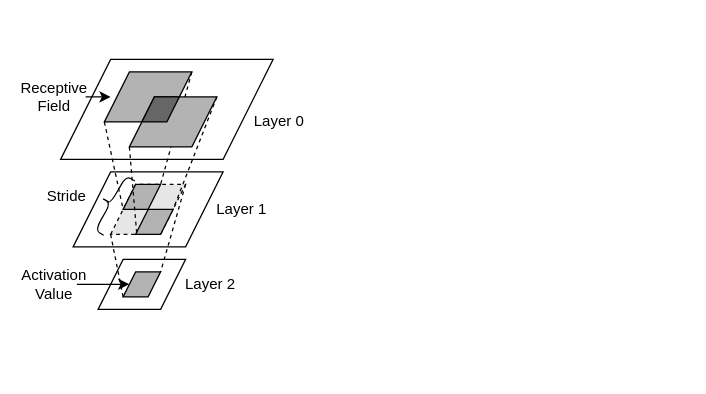
guanxiux/asplos2025 keeps this draw.io diagram as fig/insight.drawio. Above is the earlier version. Source tidied: cells renumbered, new cells numbered last; positions are measured from the earlier drawing's top-left corner, leaving out a move shared by most shapes. Both pictures are drawn from the tidied source at 125%, with x=0, y=0 at pixel (22, 59).
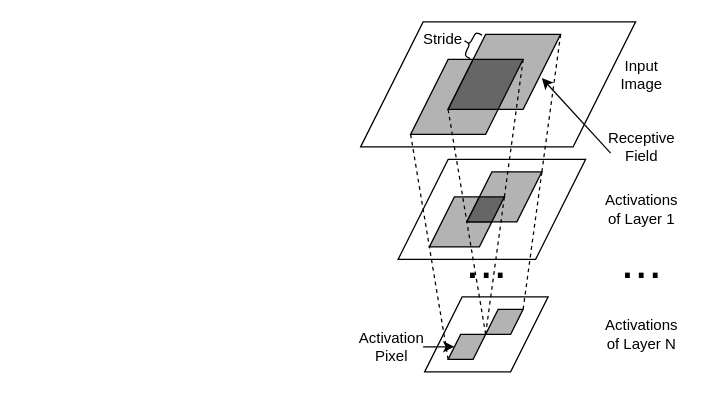
After the change.

Change to the diagram source:
```diff
@@
-    <mxCell id="2" style="shape=parallelogram;perimeter=parallelogramPerimeter;whiteSpace=wrap;html=1;fixedSize=1;size=40;" parent="1" vertex="1">
-      <mxGeometry x="30" width="170" height="80" as="geometry" />
-    </mxCell>
-    <mxCell id="3" style="shape=parallelogram;perimeter=parallelogramPerimeter;whiteSpace=wrap;html=1;fixedSize=1;size=30;" parent="1" vertex="1">
-      <mxGeometry x="40" y="90" width="120" height="60" as="geometry" />
-    </mxCell>
-    <mxCell id="4" style="shape=parallelogram;perimeter=parallelogramPerimeter;whiteSpace=wrap;html=1;fixedSize=1;size=20;" parent="1" vertex="1">
-      <mxGeometry x="60" y="160" width="70" height="40" as="geometry" />
-    </mxCell>
-    <mxCell id="5" style="shape=parallelogram;perimeter=parallelogramPerimeter;whiteSpace=wrap;html=1;fixedSize=1;size=10;fillColor=#B3B3B3;" parent="1" vertex="1">
-      <mxGeometry x="80" y="170" width="30" height="20" as="geometry" />
-    </mxCell>
-    <mxCell id="6" style="rounded=0;jettySize=auto;html=1;exitX=0;exitY=1;exitDx=0;exitDy=0;entryX=0;entryY=1;entryDx=0;entryDy=0;endArrow=none;endFill=0;dashed=1;" parent="1" edge="1" source="8" target="5">
-      <mxGeometry relative="1" as="geometry" />
-    </mxCell>
-    <mxCell id="7" style="rounded=0;jettySize=auto;html=1;exitX=1;exitY=0;exitDx=0;exitDy=0;entryX=1;entryY=0;entryDx=0;entryDy=0;endArrow=none;endFill=0;dashed=1;" parent="1" edge="1" source="8" target="5">
-      <mxGeometry relative="1" as="geometry" />
-    </mxCell>
-    <mxCell id="8" style="shape=parallelogram;perimeter=parallelogramPerimeter;whiteSpace=wrap;html=1;fixedSize=1;size=20;dashed=1;fillColor=#E6E6E6;" parent="1" vertex="1">
-      <mxGeometry x="70" y="100" width="60" height="40" as="geometry" />
-    </mxCell>
-    <mxCell id="9" style="shape=parallelogram;perimeter=parallelogramPerimeter;whiteSpace=wrap;html=1;fixedSize=1;size=10;fillColor=#B3B3B3;" parent="1" vertex="1">
-      <mxGeometry x="80" y="100" width="30" height="20" as="geometry" />
-    </mxCell>
-    <mxCell id="10" style="shape=parallelogram;perimeter=parallelogramPerimeter;whiteSpace=wrap;html=1;fixedSize=1;size=10;fillColor=#B3B3B3;" parent="1" vertex="1">
-      <mxGeometry x="90" y="120" width="30" height="20" as="geometry" />
-    </mxCell>
-    <mxCell id="11" style="rounded=0;jettySize=auto;html=1;exitX=0;exitY=1;exitDx=0;exitDy=0;entryX=0;entryY=0.5;entryDx=0;entryDy=0;endArrow=none;endFill=0;dashed=1;" parent="1" edge="1" source="13" target="8">
-      <mxGeometry relative="1" as="geometry" />
-    </mxCell>
-    <mxCell id="12" style="rounded=0;jettySize=auto;html=1;exitX=1;exitY=0;exitDx=0;exitDy=0;entryX=1;entryY=0;entryDx=0;entryDy=0;dashed=1;endArrow=none;endFill=0;" parent="1" edge="1" source="13" target="9">
-      <mxGeometry relative="1" as="geometry" />
-    </mxCell>
-    <mxCell id="13" style="shape=parallelogram;perimeter=parallelogramPerimeter;whiteSpace=wrap;html=1;fixedSize=1;size=20;fillColor=#B3B3B3;" parent="1" vertex="1">
-      <mxGeometry x="65" y="10" width="70" height="40" as="geometry" />
-    </mxCell>
-    <mxCell id="14" style="rounded=0;jettySize=auto;html=1;exitX=1;exitY=0;exitDx=0;exitDy=0;entryX=1;entryY=0;entryDx=0;entryDy=0;dashed=1;endArrow=none;endFill=0;" parent="1" edge="1" source="15" target="10">
-      <mxGeometry relative="1" as="geometry" />
-    </mxCell>
-    <mxCell id="15" style="shape=parallelogram;perimeter=parallelogramPerimeter;whiteSpace=wrap;html=1;fixedSize=1;size=20;fillColor=#B3B3B3;" parent="1" vertex="1">
-      <mxGeometry x="85" y="30" width="70" height="40" as="geometry" />
-    </mxCell>
-    <mxCell id="16" style="shape=parallelogram;perimeter=parallelogramPerimeter;whiteSpace=wrap;html=1;fixedSize=1;size=10;fillColor=#666666;" parent="1" vertex="1">
-      <mxGeometry x="95" y="30" width="30" height="20" as="geometry" />
-    </mxCell>
-    <mxCell id="17" style="rounded=0;jettySize=auto;html=1;exitX=0;exitY=1;exitDx=0;exitDy=0;entryX=0.348;entryY=0.981;entryDx=0;entryDy=0;entryPerimeter=0;endArrow=none;endFill=0;dashed=1;" parent="1" edge="1" source="15" target="8">
-      <mxGeometry relative="1" as="geometry" />
-    </mxCell>
+    <mxCell id="27" style="shape=parallelogram;perimeter=parallelogramPerimeter;whiteSpace=wrap;html=1;fixedSize=1;size=30;" parent="1" vertex="1">
+      <mxGeometry x="321.2" y="190" width="98.8" height="60" as="geometry" />
+    </mxCell>
+    <mxCell id="28" style="shape=parallelogram;perimeter=parallelogramPerimeter;whiteSpace=wrap;html=1;fixedSize=1;size=40;" parent="1" vertex="1">
+      <mxGeometry x="300" y="80" width="150" height="80" as="geometry" />
+    </mxCell>
+    <mxCell id="29" style="shape=parallelogram;perimeter=parallelogramPerimeter;whiteSpace=wrap;html=1;fixedSize=1;size=50;" parent="1" vertex="1">
+      <mxGeometry x="270" y="-30" width="220" height="100" as="geometry" />
+    </mxCell>
-    <mxCell id="18" value="Layer 0" style="text;html=1;align=center;verticalAlign=middle;whiteSpace=wrap;rounded=0;" parent="1" vertex="1">
-      <mxGeometry x="180" y="40" width="50" height="20" as="geometry" />
+    <mxCell id="18" value="&lt;font style=&quot;font-size: 40px;&quot;&gt;...&lt;/font&gt;" style="text;html=1;align=center;verticalAlign=middle;whiteSpace=wrap;rounded=0;" parent="1" vertex="1">
+      <mxGeometry x="470" y="150" width="50" height="20" as="geometry" />
     </mxCell>
-    <mxCell id="19" value="Layer 1" style="text;html=1;align=center;verticalAlign=middle;whiteSpace=wrap;rounded=0;" parent="1" vertex="1">
-      <mxGeometry x="150" y="110" width="50" height="20" as="geometry" />
+    <mxCell id="19" value="Activations of Layer 1" style="text;html=1;align=center;verticalAlign=middle;whiteSpace=wrap;rounded=0;" parent="1" vertex="1">
+      <mxGeometry x="465" y="110" width="60" height="20" as="geometry" />
     </mxCell>
-    <mxCell id="20" value="Layer 2" style="text;html=1;align=center;verticalAlign=middle;whiteSpace=wrap;rounded=0;" parent="1" vertex="1">
-      <mxGeometry x="125" y="170" width="50" height="20" as="geometry" />
-    </mxCell>
-    <mxCell id="21" value="Activation Value" style="text;html=1;align=center;verticalAlign=middle;whiteSpace=wrap;rounded=0;" parent="1" vertex="1">
-      <mxGeometry y="170" width="50" height="20" as="geometry" />
+    <mxCell id="21" value="Activation Pixel" style="text;html=1;align=center;verticalAlign=middle;whiteSpace=wrap;rounded=0;" parent="1" vertex="1">
+      <mxGeometry x="270" y="220" width="50" height="20" as="geometry" />
     </mxCell>
-    <mxCell id="22" style="endArrow=classic;html=1;rounded=0;" parent="1" edge="1">
-      <mxGeometry relative="1" as="geometry">
-        <mxPoint x="50" y="30" as="sourcePoint" />
-        <mxPoint x="70" y="30" as="targetPoint" />
-      </mxGeometry>
-    </mxCell>
     <mxCell id="23" value="Receptive Field" style="text;html=1;align=center;verticalAlign=middle;whiteSpace=wrap;rounded=0;" parent="1" vertex="1">
-      <mxGeometry y="20" width="50" height="20" as="geometry" />
+      <mxGeometry x="470" y="60" width="50" height="20" as="geometry" />
     </mxCell>
-    <mxCell id="24" style="shape=curlyBracket;whiteSpace=wrap;html=1;rounded=1;flipH=1;labelPosition=right;verticalLabelPosition=middle;align=left;verticalAlign=middle;rotation=-150;size=0.5;" parent="1" vertex="1">
-      <mxGeometry x="62" y="90" width="16" height="50" as="geometry" />
+    <mxCell id="24" style="shape=curlyBracket;whiteSpace=wrap;html=1;rounded=1;flipH=1;labelPosition=right;verticalLabelPosition=middle;align=left;verticalAlign=middle;rotation=207;size=0.5;" parent="1" vertex="1">
+      <mxGeometry x="352" y="-23" width="11" height="21" as="geometry" />
     </mxCell>
-    <mxCell id="25" style="endArrow=classic;html=1;rounded=0;" parent="1" edge="1">
+    <mxCell id="25" style="endArrow=classic;html=1;rounded=0;exitX=1;exitY=0.5;exitDx=0;exitDy=0;" parent="1" edge="1" source="21">
       <mxGeometry relative="1" as="geometry">
-        <mxPoint x="43" y="179.9" as="sourcePoint" />
-        <mxPoint x="85" y="179.9" as="targetPoint" />
+        <mxPoint x="345" y="229.9" as="targetPoint" />
       </mxGeometry>
     </mxCell>
-    <mxCell id="26" value="Stride" style="text;html=1;align=center;verticalAlign=middle;whiteSpace=wrap;rounded=0;" parent="1" vertex="1">
-      <mxGeometry x="10" y="100" width="50" height="20" as="geometry" />
+    <mxCell id="26" value="Stride" style="text;html=1;align=center;verticalAlign=middle;whiteSpace=wrap;rounded=0;rotation=0;" parent="1" vertex="1">
+      <mxGeometry x="311" y="-26" width="50" height="20" as="geometry" />
     </mxCell>
+    <mxCell id="30" style="rounded=0;jettySize=auto;html=1;exitX=0;exitY=1;exitDx=0;exitDy=0;entryX=0;entryY=1;entryDx=0;entryDy=0;dashed=1;endArrow=none;endFill=0;" parent="1" edge="1" source="31" target="32">
+      <mxGeometry relative="1" as="geometry" />
+    </mxCell>
+    <mxCell id="31" style="shape=parallelogram;perimeter=parallelogramPerimeter;whiteSpace=wrap;html=1;fixedSize=1;size=10;fillColor=#B3B3B3;" parent="1" vertex="1">
+      <mxGeometry x="340" y="220" width="30" height="20" as="geometry" />
+    </mxCell>
+    <mxCell id="32" style="shape=parallelogram;perimeter=parallelogramPerimeter;whiteSpace=wrap;html=1;fixedSize=1;size=20;fillColor=#B3B3B3;" parent="1" vertex="1">
+      <mxGeometry x="325" y="110" width="60" height="40" as="geometry" />
+    </mxCell>
+    <mxCell id="33" style="rounded=0;jettySize=auto;html=1;exitX=0;exitY=1;exitDx=0;exitDy=0;entryX=0;entryY=1;entryDx=0;entryDy=0;dashed=1;endArrow=none;endFill=0;" parent="1" edge="1" source="34" target="32">
+      <mxGeometry relative="1" as="geometry" />
+    </mxCell>
+    <mxCell id="34" style="shape=parallelogram;perimeter=parallelogramPerimeter;whiteSpace=wrap;html=1;fixedSize=1;size=30;fillColor=#B3B3B3;" parent="1" vertex="1">
+      <mxGeometry x="310" width="90" height="60" as="geometry" />
+    </mxCell>
+    <mxCell id="35" style="rounded=0;jettySize=auto;html=1;exitX=0;exitY=1;exitDx=0;exitDy=0;entryX=0;entryY=1;entryDx=0;entryDy=0;dashed=1;endArrow=none;endFill=0;" parent="1" edge="1" source="36" target="38">
+      <mxGeometry relative="1" as="geometry" />
+    </mxCell>
+    <mxCell id="36" style="shape=parallelogram;perimeter=parallelogramPerimeter;whiteSpace=wrap;html=1;fixedSize=1;size=10;fillColor=#B3B3B3;" parent="1" vertex="1">
+      <mxGeometry x="370" y="200" width="30" height="20" as="geometry" />
+    </mxCell>
+    <mxCell id="37" style="rounded=0;jettySize=auto;html=1;exitX=1;exitY=0;exitDx=0;exitDy=0;entryX=1;entryY=0;entryDx=0;entryDy=0;dashed=1;endArrow=none;endFill=0;" parent="1" edge="1" source="38" target="36">
+      <mxGeometry relative="1" as="geometry" />
+    </mxCell>
+    <mxCell id="38" style="shape=parallelogram;perimeter=parallelogramPerimeter;whiteSpace=wrap;html=1;fixedSize=1;size=20;fillColor=#B3B3B3;" parent="1" vertex="1">
+      <mxGeometry x="355" y="90" width="60" height="40" as="geometry" />
+    </mxCell>
+    <mxCell id="39" style="rounded=0;jettySize=auto;html=1;exitX=0;exitY=1;exitDx=0;exitDy=0;entryX=0;entryY=1;entryDx=0;entryDy=0;dashed=1;endArrow=none;endFill=0;" parent="1" edge="1" source="41" target="38">
+      <mxGeometry relative="1" as="geometry" />
+    </mxCell>
+    <mxCell id="40" style="rounded=0;jettySize=auto;html=1;exitX=1;exitY=0;exitDx=0;exitDy=0;entryX=1;entryY=0;entryDx=0;entryDy=0;dashed=1;endArrow=none;endFill=0;" parent="1" edge="1" source="41" target="38">
+      <mxGeometry relative="1" as="geometry" />
+    </mxCell>
+    <mxCell id="41" style="shape=parallelogram;perimeter=parallelogramPerimeter;whiteSpace=wrap;html=1;fixedSize=1;size=30;fillColor=#B3B3B3;" parent="1" vertex="1">
+      <mxGeometry x="340" y="-20" width="90" height="60" as="geometry" />
+    </mxCell>
+    <mxCell id="42" style="shape=parallelogram;perimeter=parallelogramPerimeter;whiteSpace=wrap;html=1;fixedSize=1;size=10;fillColor=#666666;" parent="1" vertex="1">
+      <mxGeometry x="355" y="110" width="30" height="20" as="geometry" />
+    </mxCell>
+    <mxCell id="43" style="rounded=0;jettySize=auto;html=1;exitX=1;exitY=0;exitDx=0;exitDy=0;entryX=1;entryY=0;entryDx=0;entryDy=0;dashed=1;endArrow=none;endFill=0;" parent="1" edge="1" source="32" target="31">
+      <mxGeometry relative="1" as="geometry" />
+    </mxCell>
+    <mxCell id="44" style="rounded=0;jettySize=auto;html=1;exitX=1;exitY=0;exitDx=0;exitDy=0;entryX=1;entryY=0;entryDx=0;entryDy=0;dashed=1;endArrow=none;endFill=0;" parent="1" edge="1" source="34" target="32">
+      <mxGeometry relative="1" as="geometry" />
+    </mxCell>
+    <mxCell id="45" style="shape=parallelogram;perimeter=parallelogramPerimeter;whiteSpace=wrap;html=1;fixedSize=1;size=20;fillColor=#666666;" parent="1" vertex="1">
+      <mxGeometry x="340" width="60" height="40" as="geometry" />
+    </mxCell>
+    <mxCell id="46" style="endArrow=classic;html=1;rounded=0;exitX=0;exitY=0.75;exitDx=0;exitDy=0;" parent="1" edge="1" source="23">
+      <mxGeometry relative="1" as="geometry">
+        <mxPoint x="415" y="15" as="targetPoint" />
+      </mxGeometry>
+    </mxCell>
+    <mxCell id="47" value="Activations of Layer N" style="text;html=1;align=center;verticalAlign=middle;whiteSpace=wrap;rounded=0;" parent="1" vertex="1">
+      <mxGeometry x="460" y="210" width="70" height="20" as="geometry" />
+    </mxCell>
+    <mxCell id="48" value="Input Image&lt;div&gt;&lt;br&gt;&lt;/div&gt;" style="text;html=1;align=center;verticalAlign=middle;whiteSpace=wrap;rounded=0;" parent="1" vertex="1">
+      <mxGeometry x="470" y="10" width="50" height="20" as="geometry" />
+    </mxCell>
+    <mxCell id="49" value="&lt;font style=&quot;font-size: 40px;&quot;&gt;...&lt;/font&gt;" style="text;html=1;align=center;verticalAlign=middle;whiteSpace=wrap;rounded=0;" parent="1" vertex="1">
+      <mxGeometry x="345.6" y="150" width="50" height="20" as="geometry" />
+    </mxCell>
```
